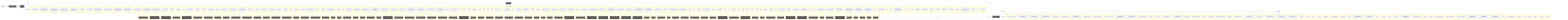
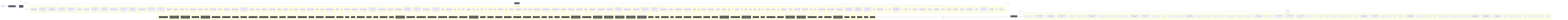
flowchart LR
  UserQ(["👤 User Query"])
  Embed["📐 Embedding Model"]
  VecDB[("📚 Vector Store")]
  Retriever["🔍 Retriever"]
  LLMNode["🧠 LLM / Generator"]
  Output(["✅ Response"])
  UserQ -->|query| Embed
  Embed -->|vector| VecDB
  VecDB -->|top-k chunks| Retriever
  Retriever -->|context + query| LLMNode
  LLMNode -->|generated answer| Output
  subgraph DetectedMemory["Detected memory stores"]
    det_detectedmemory_check_gitbook_readiness_33bdca76[("check-gitbook-readiness")]
    det_detectedmemory_check_steering_feedback_contract_80134459[("check-steering-feedback-contract")]
    det_detectedmemory_prompt_context_drift_validate_runner_c8ecc6f5[("prompt-context-drift-validate-runner")]
    det_detectedmemory_prompt_context_drift_write_runner_69e6a4fd[("prompt-context-drift-write-runner")]
    det_detectedmemory_normalize_workflow_contracts_8701f1c8[("normalize-workflow-contracts")]
    det_detectedmemory_run_harness_evals_77704768[("run-harness-evals")]
    det_detectedmemory_sync_codex_preflight_7e7a8dc2[("sync-codex-preflight")]
    det_detectedmemory_test_harness_upgrade_matrix_84113c4e[("test-harness-upgrade-matrix")]
+     det_detectedmemory_validate_harness_decision_semantics_3d63690b[("validate-harness-decision-semantics")]
    det_detectedmemory_validate_prompt_context_drift_8c949ef6[("validate-prompt-context-drift")]
    det_detectedmemory_validate_runtime_packet_schemas_bc3ba8ec[("validate-runtime-packet-schemas")]
    det_detectedmemory_validate_system_prompt_gap_adoption_62d8c955[("validate-system-prompt-gap-adoption")]
    det_detectedmemory_validate_workflow_contracts_33dc063c[("validate-workflow-contracts")]
    det_detectedmemory_write_agent_native_ratchet_report_67cdbeea[("write-agent-native-ratchet-report")]
    det_detectedmemory_write_prompt_context_drift_report_71a4e149[("write-prompt-context-drift-report")]
    det_detectedmemory_branch_protect_core_a8feb0fd[("branch-protect-core")]
    det_detectedmemory_ci_migrate_core_7005b5af[("ci-migrate-core")]
    det_detectedmemory_context_health_80bb7da9[("context-health")]
    det_detectedmemory_context_ea7792a2[("context")]
    det_detectedmemory_docs_gate_classification_2f51c90b[("docs-gate-classification")]
    det_detectedmemory_docs_gate_types_d285abb6[("docs-gate-types")]
    det_detectedmemory_index_context_de3ed39d[("index-context")]
    det_detectedmemory_local_memory_preflight_dcc36c42[("local-memory-preflight")]
    det_detectedmemory_memory_gate_a577a506[("memory-gate")]
    det_detectedmemory_next_orientation_meta_3a6af72b[("next-orientation-meta")]
    det_detectedmemory_next_prompt_context_drift_3c5a93d5[("next-prompt-context-drift")]
    det_detectedmemory_next_recommendation_decisions_03315dd4[("next-recommendation-decisions")]
    det_detectedmemory_next_runner_state_be6fe997[("next-runner-state")]
    det_detectedmemory_next_runner_41643472[("next-runner")]
    det_detectedmemory_next_synaipse_context_8436b36b[("next-synaipse-context")]
    det_detectedmemory_pattern_scope_siblings_43abe000[("pattern-scope-siblings")]
    det_detectedmemory_review_context_ca6cf81d[("review-context")]
    det_detectedmemory_review_gate_core_4c8001f9[("review-gate-core")]
    det_detectedmemory_search_24193290[("search")]
    det_detectedmemory_session_context_e5ec72c0[("session-context")]
    det_detectedmemory_tooling_audit_core_328d6a41[("tooling-audit-core")]
    det_detectedmemory_run_local_memory_preflight_36e92808[("run-local-memory-preflight")]
    det_detectedmemory_checker_d2d2328e[("checker")]
    det_detectedmemory_context_health_1_ceb11829[("context-health")]
    det_detectedmemory_prompt_context_drift_surface_c1e30b42[("prompt-context-drift-surface")]
    det_detectedmemory_test_fixtures_c2f936b0[("test-fixtures")]
    det_detectedmemory_types_2_d9bc6e7a[("types")]
    det_detectedmemory_branch_protect_sync_570adb18[("branch-protect-sync")]
    det_detectedmemory_builtin_command_specs_ac7d392e[("builtin-command-specs")]
    det_detectedmemory_command_capability_rules_ca3f496a[("command-capability-rules")]
    det_detectedmemory_command_expected_artifacts_6469c2fb[("command-expected-artifacts")]
    det_detectedmemory_command_invocation_effects_fbc96da5[("command-invocation-effects")]
    det_detectedmemory_command_specs_core_1c0ffc99[("command-specs-core")]
    det_detectedmemory_command_visibility_rules_83c6a86a[("command-visibility-rules")]
    det_detectedmemory_local_memory_preflight_command_spec_9e23f3ce[("local-memory-preflight-command-spec")]
    det_detectedmemory_memory_gate_command_spec_dc9001a9[("memory-gate-command-spec")]
    det_detectedmemory_review_gate_command_spec_3187376a[("review-gate-command-spec")]
    det_detectedmemory_session_context_command_spec_973afbb1[("session-context-command-spec")]
    det_detectedmemory_constants_7517017f[("constants")]
    det_detectedmemory_context_compact_policy_3dcaf95d[("context-compact-policy")]
    det_detectedmemory_index_3_7e40d474[("index")]
    det_detectedmemory_indexer_70fa78e5[("indexer")]
    det_detectedmemory_init_error_5c7dd49f[("init-error")]
    det_detectedmemory_lexical_fallback_723e2b3e[("lexical-fallback")]
    det_detectedmemory_ollama_76e3c7bf[("ollama")]
    det_detectedmemory_rollout_a4fa034c[("rollout")]
    det_detectedmemory_sources_878a52fc[("sources")]
    det_detectedmemory_store_824d80d7[("store")]
    det_detectedmemory_sync_contract_c79fa191[("sync-contract")]
    det_detectedmemory_types_8_f6283648[("types")]
    det_detectedmemory_harness_run_context_ac7c77a9[("harness-run-context")]
    det_detectedmemory_index_4_013aa0e3[("index")]
    det_detectedmemory_json_schema_core_96d7e328[("json-schema-core")]
    det_detectedmemory_policy_validators_core_714a3fe7[("policy-validators-core")]
    det_detectedmemory_types_core_e405ddca[("types-core")]
    det_detectedmemory_validator_core_4358f8ba[("validator-core")]
+     det_detectedmemory_harness_decision_types_6e63df74[("harness-decision-types")]
+     det_detectedmemory_harness_decision_validation_3c4db687[("harness-decision-validation")]
    det_detectedmemory_archive_candidates_scanner_d0931789[("archive-candidates-scanner")]
    det_detectedmemory_archive_candidates_dc0e40e1[("archive-candidates")]
    det_detectedmemory_docs_task_eval_contract_79347457[("docs-task-eval-contract")]
    det_detectedmemory_docs_task_eval_fixtures_44902755[("docs-task-eval-fixtures")]
    det_detectedmemory_init_modes_c05ceb07[("init-modes")]
    det_detectedmemory_project_brain_templates_7ef51530[("project-brain-templates")]
    det_detectedmemory_scaffold_diagram_templates_dd88e83c[("scaffold-diagram-templates")]
    det_detectedmemory_scaffold_doc_templates_f6152330[("scaffold-doc-templates")]
    det_detectedmemory_scaffold_environment_templates_c1ceba6a[("scaffold-environment-templates")]
    det_detectedmemory_scaffold_gitbook_templates_76afd03a[("scaffold-gitbook-templates")]
    det_detectedmemory_scaffold_hook_templates_8c74ab50[("scaffold-hook-templates")]
    det_detectedmemory_scaffold_root_command_templates_404fed7f[("scaffold-root-command-templates")]
    det_detectedmemory_scaffold_script_template_registry_69312d4e[("scaffold-script-template-registry")]
    det_detectedmemory_scaffold_shell_templates_0ad0f915[("scaffold-shell-templates")]
    det_detectedmemory_scaffold_surfaces_12d6494e[("scaffold-surfaces")]
    det_detectedmemory_scaffold_template_registry_b1cce2aa[("scaffold-template-registry")]
    det_detectedmemory_scaffold_workflow_template_92310587[("scaffold-workflow-template")]
    det_detectedmemory_eval_seed_5699fd3e[("eval-seed")]
    det_detectedmemory_index_10_f6785a46[("index")]
    det_detectedmemory_review_context_1_e3afed15[("review-context")]
    det_detectedmemory_review_learning_closeout_b7fa3b8e[("review-learning-closeout")]
    det_detectedmemory_memory_gate_1_265164ac[("memory-gate")]
    det_detectedmemory_branch_enforcer_acb749cd[("branch-enforcer")]
    det_detectedmemory_cli_args_5_09ea29f0[("cli-args")]
    det_detectedmemory_cli_7_dc4a9f7f[("cli")]
    det_detectedmemory_metrics_tracker_98cec29c[("metrics-tracker")]
    det_detectedmemory_types_20_071a0112[("types")]
    det_detectedmemory_validator_5_b19ac2be[("validator")]
    det_detectedmemory_classifier_fe1991a9[("classifier")]
    det_detectedmemory_collector_0736fd5b[("collector")]
    det_detectedmemory_context_1_2c2d8aa6[("context")]
    det_detectedmemory_types_22_f3cf4a73[("types")]
    det_detectedmemory_tooling_paths_560ac80d[("tooling-paths")]
    det_detectedmemory_claim_helpers_20dc8387[("claim-helpers")]
    det_detectedmemory_types_26_a5814179[("types")]
    det_detectedmemory_local_memory_smoke_1175abfc[("local-memory-smoke")]
    det_detectedmemory_local_memory_0db17ecc[("local-memory")]
    det_detectedmemory_performance_overload_c685bfcf[("performance-overload")]
    det_detectedmemory_suggestion_generator_0956f794[("suggestion-generator")]
    det_detectedmemory_git_head_7346fd6a[("git-head")]
    det_detectedmemory_index_12_762ec91b[("index")]
    det_detectedmemory_prompt_context_drift_builder_a451c7dd[("prompt-context-drift-builder")]
    det_detectedmemory_prompt_context_drift_report_3257a95c[("prompt-context-drift-report")]
    det_detectedmemory_prompt_context_drift_types_ba6863d4[("prompt-context-drift-types")]
    det_detectedmemory_prompt_context_drift_validation_evidence_21f0336f[("prompt-context-drift-validation-evidence")]
    det_detectedmemory_prompt_context_drift_validation_utils_2285f4ac[("prompt-context-drift-validation-utils")]
    det_detectedmemory_prompt_context_drift_validation_8fc01719[("prompt-context-drift-validation")]
    det_detectedmemory_index_13_97df39c8[("index")]
    det_detectedmemory_prompt_context_receipt_17b862b2[("prompt-context-receipt")]
    det_detectedmemory_types_33_16e22a82[("types")]
    det_detectedmemory_policy_1_fc4198db[("policy")]
    det_detectedmemory_runtime_card_codex_runtime_validation_d8ce9934[("runtime-card-codex-runtime-validation")]
    det_detectedmemory_cli_13_ae2ba749[("cli")]
    det_detectedmemory_collector_1_bc604d2a[("collector")]
    det_detectedmemory_types_36_674380ec[("types")]
    det_detectedmemory_context_contract_aaa6fb53[("context-contract")]
+     det_detectedmemory_context_failure_mapping_3d71c384[("context-failure-mapping")]
+     det_detectedmemory_context_failures_7633ffe2[("context-failures")]
    det_detectedmemory_context_observations_3c057ab7[("context-observations")]
    det_detectedmemory_context_plane_eb195522[("context-plane")]
    det_detectedmemory_context_privacy_d82295ee[("context-privacy")]
    det_detectedmemory_context_projection_e9599558[("context-projection")]
    det_detectedmemory_context_provider_51137c0d[("context-provider")]
+     det_detectedmemory_context_resolution_input_93eb068b[("context-resolution-input")]
    det_detectedmemory_context_task_1d1d0361[("context-task")]
    det_detectedmemory_packet_consolidation_contract_293284fb[("packet-consolidation-contract")]
    det_detectedmemory_state_validation_8c9cb007[("state-validation")]
    det_detectedmemory_state_4ba69735[("state")]
    det_detectedmemory_overload_guard_2748c559[("overload-guard")]
  end
  VecDB -. "implemented by" .-> DetectedMemory
  subgraph DetectedLLM["Detected LLM clients"]
    det_detectedllm_check_codex_agent_roles_5bb2e89b["check-codex-agent-roles"]
    det_detectedllm_check_steering_feedback_contract_80134459["check-steering-feedback-contract"]
    det_detectedllm_prompt_context_drift_validate_runner_c8ecc6f5["prompt-context-drift-validate-runner"]
    det_detectedllm_prompt_context_drift_write_runner_69e6a4fd["prompt-context-drift-write-runner"]
    det_detectedllm_run_harness_evals_77704768["run-harness-evals"]
    det_detectedllm_validate_decision_request_2e5c325e["validate-decision-request"]
    det_detectedllm_validate_goal_completion_audit_receipt_100d252c["validate-goal-completion-audit-receipt"]
    det_detectedllm_validate_packaged_skill_5e32c890["validate-packaged-skill"]
    det_detectedllm_validate_prompt_context_drift_8c949ef6["validate-prompt-context-drift"]
    det_detectedllm_validate_reviewer_coverage_251efee3["validate-reviewer-coverage"]
    det_detectedllm_validate_system_prompt_gap_adoption_62d8c955["validate-system-prompt-gap-adoption"]
    det_detectedllm_write_prompt_context_drift_report_71a4e149["write-prompt-context-drift-report"]
    det_detectedllm_check_environment_core_2c16213f["check-environment-core"]
    det_detectedllm_context_ea7792a2["context"]
    det_detectedllm_index_context_de3ed39d["index-context"]
    det_detectedllm_next_prompt_context_drift_3c5a93d5["next-prompt-context-drift"]
    det_detectedllm_next_recommendation_decisions_03315dd4["next-recommendation-decisions"]
    det_detectedllm_prompt_gate_c5e9d207["prompt-gate"]
    det_detectedllm_remediate_runner_helpers_929fedcc["remediate-runner-helpers"]
    det_detectedllm_search_24193290["search"]
    det_detectedllm_context_health_1_ceb11829["context-health"]
    det_detectedllm_prompt_context_drift_surface_c1e30b42["prompt-context-drift-surface"]
    det_detectedllm_test_fixtures_c2f936b0["test-fixtures"]
    det_detectedllm_builtin_command_specs_ac7d392e["builtin-command-specs"]
    det_detectedllm_command_expected_artifacts_6469c2fb["command-expected-artifacts"]
    det_detectedllm_command_specs_core_1c0ffc99["command-specs-core"]
    det_detectedllm_pilot_evaluate_command_spec_1084ea72["pilot-evaluate-command-spec"]
    det_detectedllm_pilot_rollback_command_spec_4fe69f7d["pilot-rollback-command-spec"]
    det_detectedllm_prompt_gate_command_spec_9a941482["prompt-gate-command-spec"]
    det_detectedllm_constants_7517017f["constants"]
    det_detectedllm_index_3_7e40d474["index"]
    det_detectedllm_indexer_70fa78e5["indexer"]
    det_detectedllm_ollama_76e3c7bf["ollama"]
    det_detectedllm_sync_contract_c79fa191["sync-contract"]
    det_detectedllm_north_star_validators_cfc926ce["north-star-validators"]
    det_detectedllm_hilt_boundary_9b36fb15["hilt-boundary"]
    det_detectedllm_types_10_75e5a4a0["types"]
    det_detectedllm_goal_completion_audit_receipt_validation_9d0f4891["goal-completion-audit-receipt-validation"]
    det_detectedllm_goal_completion_audit_receipt_5e4939c3["goal-completion-audit-receipt"]
    det_detectedllm_index_5_522f772a["index"]
    det_detectedllm_constants_1_a84e15f0["constants"]
    det_detectedllm_types_18_37582e2a["types"]
    det_detectedllm_sensitive_text_7c11f760["sensitive-text"]
    det_detectedllm_pr_template_linked_issue_relationship_a7b61f2c["pr-template-linked-issue-relationship"]
    det_detectedllm_pr_template_validator_rules_20a32d6b["pr-template-validator-rules"]
    det_detectedllm_git_head_7346fd6a["git-head"]
    det_detectedllm_index_12_762ec91b["index"]
    det_detectedllm_prompt_context_drift_builder_a451c7dd["prompt-context-drift-builder"]
    det_detectedllm_prompt_context_drift_report_3257a95c["prompt-context-drift-report"]
    det_detectedllm_prompt_context_drift_types_ba6863d4["prompt-context-drift-types"]
    det_detectedllm_prompt_context_drift_validation_evidence_21f0336f["prompt-context-drift-validation-evidence"]
    det_detectedllm_prompt_context_drift_validation_utils_2285f4ac["prompt-context-drift-validation-utils"]
    det_detectedllm_prompt_context_drift_validation_8fc01719["prompt-context-drift-validation"]
    det_detectedllm_index_13_97df39c8["index"]
    det_detectedllm_prompt_context_receipt_17b862b2["prompt-context-receipt"]
    det_detectedllm_cli_args_9_9c136878["cli-args"]
    det_detectedllm_cli_12_01c06c37["cli"]
    det_detectedllm_sections_4697ef32["sections"]
    det_detectedllm_types_29_929d5a70["types"]
    det_detectedllm_validator_7_f836eb0e["validator"]
    det_detectedllm_cli_args_10_861cdd3f["cli-args"]
  end
  LLMNode -. "implemented by" .-> DetectedLLM
  subgraph DetectedTools["Agentic tool calls"]
    det_detectedtools_check_codex_agent_roles_5bb2e89b["🔧 check-codex-agent-roles"]
    det_detectedtools_check_steering_feedback_contract_80134459["🔧 check-steering-feedback-contract"]
    det_detectedtools_check_tooling_baseline_parity_3124b30a["🔧 check-tooling-baseline-parity"]
    det_detectedtools_run_harness_evals_77704768["🔧 run-harness-evals"]
    det_detectedtools_validate_action_review_receipt_fa2f06c3["🔧 validate-action-review-receipt"]
    det_detectedtools_validate_packaged_skill_5e32c890["🔧 validate-packaged-skill"]
    det_detectedtools_validate_replay_packet_f309747e["🔧 validate-replay-packet"]
    det_detectedtools_ci_migrate_core_7005b5af["🔧 ci-migrate-core"]
    det_detectedtools_doctor_checks_5a2eb2b9["🔧 doctor-checks"]
    det_detectedtools_doctor_github_tool_check_e0a938df["🔧 doctor-github-tool-check"]
    det_detectedtools_doctor_github_tool_checks_a53b0382["🔧 doctor-github-tool-checks"]
    det_detectedtools_doctor_tool_checks_4acac51a["🔧 doctor-tool-checks"]
    det_detectedtools_fleet_plan_repo_ecdc6499["🔧 fleet-plan-repo"]
    det_detectedtools_next_blocked_decisions_4140ad2b["🔧 next-blocked-decisions"]
    det_detectedtools_next_pr_closeout_contract_af31d30a["🔧 next-pr-closeout-contract"]
    det_detectedtools_policy_gate_213f7313["🔧 policy-gate"]
    det_detectedtools_remediate_cli_output_cc165396["🔧 remediate-cli-output"]
    det_detectedtools_remediate_runner_helpers_929fedcc["🔧 remediate-runner-helpers"]
    det_detectedtools_review_gate_core_4c8001f9["🔧 review-gate-core"]
    det_detectedtools_index_1bc04b52["🔧 index"]
    det_detectedtools_types_1_4ecdf56e["🔧 types"]
    det_detectedtools_validation_constants_e002a0f6["🔧 validation-constants"]
    det_detectedtools_validation_98c41dcd["🔧 validation"]
    det_detectedtools_checker_d2d2328e["🔧 checker"]
    det_detectedtools_shared_state_policy_edc9c4db["🔧 shared-state-policy"]
    det_detectedtools_cli_args_1_6144b055["🔧 cli-args"]
    det_detectedtools_command_agent_native_capability_rules_b491ef6c["🔧 command-agent-native-capability-rules"]
    det_detectedtools_command_capabilities_a4d5c71e["🔧 command-capabilities"]
    det_detectedtools_command_capability_rules_ca3f496a["🔧 command-capability-rules"]
    det_detectedtools_command_visibility_rules_83c6a86a["🔧 command-visibility-rules"]
    det_detectedtools_linear_command_actions_e430f4f4["🔧 linear-command-actions"]
    det_detectedtools_linear_command_runner_4a740dfc["🔧 linear-command-runner"]
    det_detectedtools_policy_validators_core_714a3fe7["🔧 policy-validators-core"]
    det_detectedtools_shared_state_action_validator_e7b128cd["🔧 shared-state-action-validator"]
    det_detectedtools_types_core_e405ddca["🔧 types-core"]
    det_detectedtools_validator_core_4358f8ba["🔧 validator-core"]
    det_detectedtools_validator_helpers_7b927667["🔧 validator-helpers"]
    det_detectedtools_he_phase_exit_core_1148895b["🔧 he-phase-exit-core"]
    det_detectedtools_environment_runtime_3206f0a8["🔧 environment-runtime"]
    det_detectedtools_observed_skill_usage_ed7d5930["🔧 observed-skill-usage"]
    det_detectedtools_closure_evidence_aaa31467["🔧 closure-evidence"]
    det_detectedtools_pr_creator_dc6b1ea4["🔧 pr-creator"]
    det_detectedtools_client_948fe603["🔧 client"]
    det_detectedtools_init_output_360dce91["🔧 init-output"]
    det_detectedtools_scaffold_ci_templates_2afd6392["🔧 scaffold-ci-templates"]
    det_detectedtools_scaffold_codex_environment_templates_334fbbed["🔧 scaffold-codex-environment-templates"]
    det_detectedtools_scaffold_config_templates_4b80ce53["🔧 scaffold-config-templates"]
    det_detectedtools_scaffold_environment_templates_c1ceba6a["🔧 scaffold-environment-templates"]
    det_detectedtools_scaffold_github_actions_pr_pipeline_renderer_1ee18de5["🔧 scaffold-github-actions-pr-pipeline-renderer"]
    det_detectedtools_scaffold_github_actions_pr_pipeline_template_e2b85f62["🔧 scaffold-github-actions-pr-pipeline-template"]
    det_detectedtools_scaffold_package_command_template_80e32e83["🔧 scaffold-package-command-template"]
    det_detectedtools_scaffold_release_private_npm_template_075499f8["🔧 scaffold-release-private-npm-template"]
    det_detectedtools_constants_1_a84e15f0["🔧 constants"]
    det_detectedtools_index_9_32dd4d91["🔧 index"]
    det_detectedtools_validation_common_6161e48b["🔧 validation-common"]
    det_detectedtools_cli_7_dc4a9f7f["🔧 cli"]
    det_detectedtools_metrics_tracker_98cec29c["🔧 metrics-tracker"]
    det_detectedtools_normalise_renderer_85f2e563["🔧 normalise-renderer"]
    det_detectedtools_evaluation_engine_core_e054fe49["🔧 evaluation-engine-core"]
    det_detectedtools_tooling_baseline_50ab2eeb["🔧 tooling-baseline"]
    det_detectedtools_tooling_paths_560ac80d["🔧 tooling-paths"]
    det_detectedtools_prompt_context_drift_report_3257a95c["🔧 prompt-context-drift-report"]
    det_detectedtools_prompt_context_drift_types_ba6863d4["🔧 prompt-context-drift-types"]
    det_detectedtools_prompt_context_drift_validation_utils_2285f4ac["🔧 prompt-context-drift-validation-utils"]
    det_detectedtools_replay_packet_a1293f88["🔧 replay-packet"]
    det_detectedtools_index_14_d982116c["🔧 index"]
    det_detectedtools_review_lifecycle_contract_e5447221["🔧 review-lifecycle-contract"]
    det_detectedtools_review_lifecycle_89afa64c["🔧 review-lifecycle"]
    det_detectedtools_runtime_card_codex_runtime_validation_d8ce9934["🔧 runtime-card-codex-runtime-validation"]
    det_detectedtools_runtime_card_codex_runtime_0655e230["🔧 runtime-card-codex-runtime"]
    det_detectedtools_runtime_evidence_bundle_d471a232["🔧 runtime-evidence-bundle"]
    det_detectedtools_types_38_e8efcd57["🔧 types"]
    det_detectedtools_transition_contract_0732d034["🔧 transition-contract"]
    det_detectedtools_transition_recovery_validation_e06db55b["🔧 transition-recovery-validation"]
    det_detectedtools_transition_70dd37c1["🔧 transition"]
    det_detectedtools_index_17_642943a2["🔧 index"]
    det_detectedtools_projection_1b250ea1["🔧 projection"]
    det_detectedtools_types_40_c7e41f89["🔧 types"]
    det_detectedtools_validation_8_b9fa10af["🔧 validation"]
  end
  LLMNode -->|tool use| DetectedTools
  DetectedTools -->|result| LLMNode
  classDef memNode fill:#555,color:#fff
  class VecDB,Retriever memNode
  classDef llmNode fill:#555,color:#fff
  class LLMNode,Embed llmNode
  classDef toolNode fill:#555,color:#fff
  class det_detectedtools_check_codex_agent_roles_5bb2e89b,det_detectedtools_check_steering_feedback_contract_80134459,det_detectedtools_check_tooling_baseline_parity_3124b30a,det_detectedtools_run_harness_evals_77704768,det_detectedtools_validate_action_review_receipt_fa2f06c3,det_detectedtools_validate_packaged_skill_5e32c890,det_detectedtools_validate_replay_packet_f309747e,det_detectedtools_ci_migrate_core_7005b5af,det_detectedtools_doctor_checks_5a2eb2b9,det_detectedtools_doctor_github_tool_check_e0a938df,det_detectedtools_doctor_github_tool_checks_a53b0382,det_detectedtools_doctor_tool_checks_4acac51a,det_detectedtools_fleet_plan_repo_ecdc6499,det_detectedtools_next_blocked_decisions_4140ad2b,det_detectedtools_next_pr_closeout_contract_af31d30a,det_detectedtools_policy_gate_213f7313,det_detectedtools_remediate_cli_output_cc165396,det_detectedtools_remediate_runner_helpers_929fedcc,det_detectedtools_review_gate_core_4c8001f9,det_detectedtools_index_1bc04b52,det_detectedtools_types_1_4ecdf56e,det_detectedtools_validation_constants_e002a0f6,det_detectedtools_validation_98c41dcd,det_detectedtools_checker_d2d2328e,det_detectedtools_shared_state_policy_edc9c4db,det_detectedtools_cli_args_1_6144b055,det_detectedtools_command_agent_native_capability_rules_b491ef6c,det_detectedtools_command_capabilities_a4d5c71e,det_detectedtools_command_capability_rules_ca3f496a,det_detectedtools_command_visibility_rules_83c6a86a,det_detectedtools_linear_command_actions_e430f4f4,det_detectedtools_linear_command_runner_4a740dfc,det_detectedtools_policy_validators_core_714a3fe7,det_detectedtools_shared_state_action_validator_e7b128cd,det_detectedtools_types_core_e405ddca,det_detectedtools_validator_core_4358f8ba,det_detectedtools_validator_helpers_7b927667,det_detectedtools_he_phase_exit_core_1148895b,det_detectedtools_environment_runtime_3206f0a8,det_detectedtools_observed_skill_usage_ed7d5930,det_detectedtools_closure_evidence_aaa31467,det_detectedtools_pr_creator_dc6b1ea4,det_detectedtools_client_948fe603,det_detectedtools_init_output_360dce91,det_detectedtools_scaffold_ci_templates_2afd6392,det_detectedtools_scaffold_codex_environment_templates_334fbbed,det_detectedtools_scaffold_config_templates_4b80ce53,det_detectedtools_scaffold_environment_templates_c1ceba6a,det_detectedtools_scaffold_github_actions_pr_pipeline_renderer_1ee18de5,det_detectedtools_scaffold_github_actions_pr_pipeline_template_e2b85f62,det_detectedtools_scaffold_package_command_template_80e32e83,det_detectedtools_scaffold_release_private_npm_template_075499f8,det_detectedtools_constants_1_a84e15f0,det_detectedtools_index_9_32dd4d91,det_detectedtools_validation_common_6161e48b,det_detectedtools_cli_7_dc4a9f7f,det_detectedtools_metrics_tracker_98cec29c,det_detectedtools_normalise_renderer_85f2e563,det_detectedtools_evaluation_engine_core_e054fe49,det_detectedtools_tooling_baseline_50ab2eeb,det_detectedtools_tooling_paths_560ac80d,det_detectedtools_prompt_context_drift_report_3257a95c,det_detectedtools_prompt_context_drift_types_ba6863d4,det_detectedtools_prompt_context_drift_validation_utils_2285f4ac,det_detectedtools_replay_packet_a1293f88,det_detectedtools_index_14_d982116c,det_detectedtools_review_lifecycle_contract_e5447221,det_detectedtools_review_lifecycle_89afa64c,det_detectedtools_runtime_card_codex_runtime_validation_d8ce9934,det_detectedtools_runtime_card_codex_runtime_0655e230,det_detectedtools_runtime_evidence_bundle_d471a232,det_detectedtools_types_38_e8efcd57,det_detectedtools_transition_contract_0732d034,det_detectedtools_transition_recovery_validation_e06db55b,det_detectedtools_transition_70dd37c1,det_detectedtools_index_17_642943a2,det_detectedtools_projection_1b250ea1,det_detectedtools_types_40_c7e41f89,det_detectedtools_validation_8_b9fa10af toolNode
